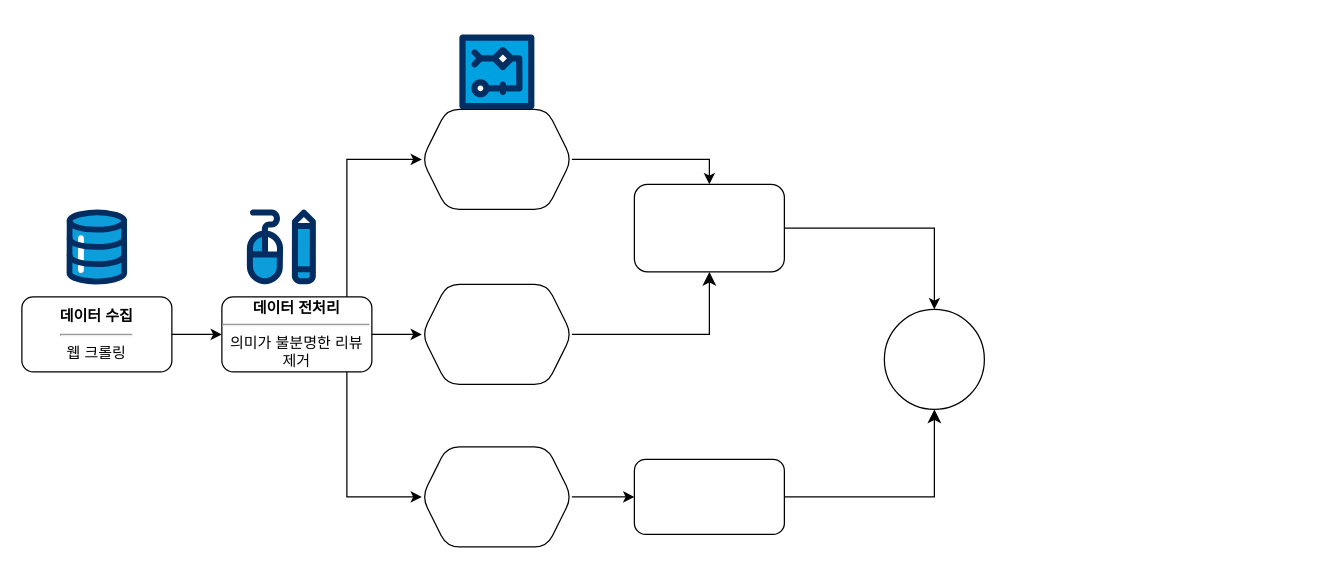
Earlier version of the draw.io diagram 제목 없는 다이어그램.drawio (kamate867/Business-Project). Source tidied: cells renumbered, new cells numbered last; positions are measured from the earlier drawing's top-left corner, leaving out a move shared by most shapes. Both pictures are drawn from the tidied source at 125%, with x=0, y=0 at pixel (21, 34).
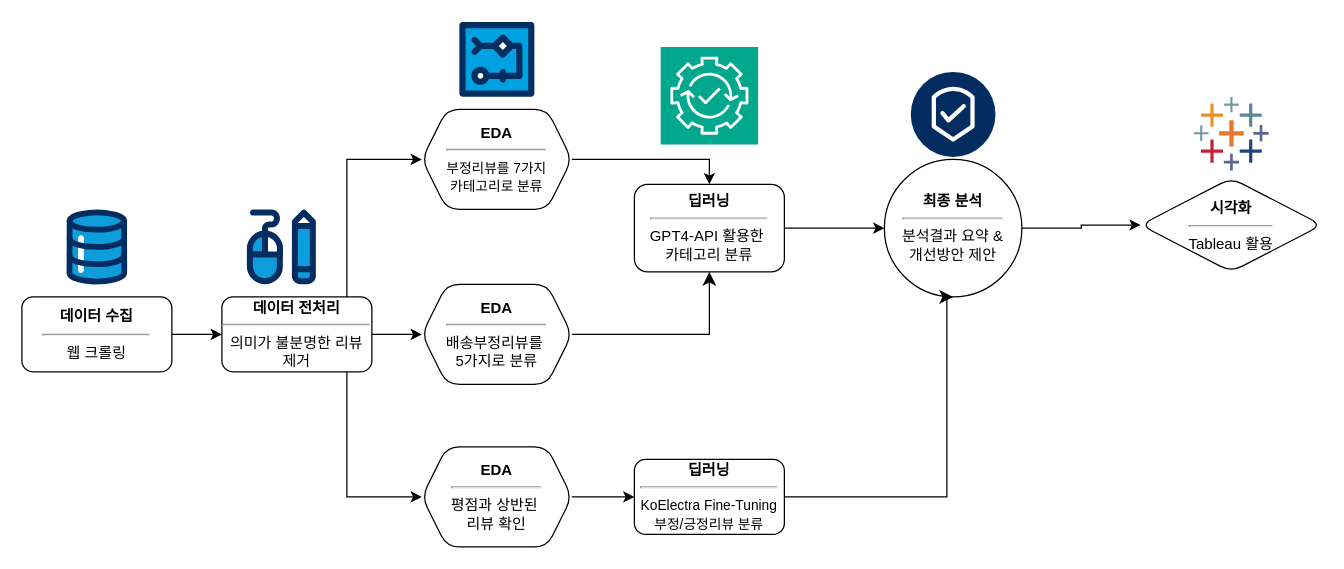
The same page after the edit.

Commit message (it also covers changes not shown here):
제목 없는 다이어그램.drawio 업데이트

Change to the diagram source:
```diff
@@
-    <mxCell id="3" value="&lt;b&gt;데이터 수집&lt;/b&gt;&lt;hr&gt;&lt;div&gt;웹 크롤링&lt;/div&gt;" style="rounded=1;whiteSpace=wrap;html=1;" parent="1" vertex="1">
+    <mxCell id="3" value="&lt;b&gt;&amp;nbsp; &amp;nbsp; 데이터 수집&amp;nbsp; &amp;nbsp;&amp;nbsp;&lt;/b&gt;&lt;hr&gt;&lt;div&gt;웹 크롤링&lt;/div&gt;" style="rounded=1;whiteSpace=wrap;html=1;" parent="1" vertex="1">
       <mxGeometry y="210" width="120" height="60" as="geometry" />
     </mxCell>
@@
-    <mxCell id="9" style="shape=hexagon;perimeter=hexagonPerimeter2;whiteSpace=wrap;html=1;fixedSize=1;rounded=1;" parent="1" vertex="1">
+    <mxCell id="9" value="&lt;div style=&quot;&quot;&gt;&lt;b&gt;EDA&lt;/b&gt;&lt;/div&gt;&lt;hr&gt;&lt;font style=&quot;font-size: 11px;&quot;&gt;부정리뷰를 7가지&lt;/font&gt;&lt;div&gt;&lt;font style=&quot;font-size: 11px;&quot;&gt;카테고리로&amp;nbsp;&lt;/font&gt;&lt;span style=&quot;font-size: 11px; background-color: transparent; color: light-dark(rgb(0, 0, 0), rgb(255, 255, 255));&quot;&gt;분류&lt;/span&gt;&lt;/div&gt;" style="shape=hexagon;perimeter=hexagonPerimeter2;whiteSpace=wrap;html=1;fixedSize=1;rounded=1;" parent="1" vertex="1">
       <mxGeometry x="320" y="60" width="120" height="80" as="geometry" />
     </mxCell>
-    <mxCell id="10" style="shape=hexagon;perimeter=hexagonPerimeter2;whiteSpace=wrap;html=1;fixedSize=1;rounded=1;direction=west;" parent="1" vertex="1">
+    <mxCell id="10" value="&lt;b&gt;EDA&lt;/b&gt;&lt;hr&gt;배송부정리뷰를&amp;nbsp;&lt;div&gt;5가지로 분류&lt;/div&gt;" style="shape=hexagon;perimeter=hexagonPerimeter2;whiteSpace=wrap;html=1;fixedSize=1;rounded=1;direction=west;" parent="1" vertex="1">
       <mxGeometry x="320" y="200" width="120" height="80" as="geometry" />
     </mxCell>
@@
-    <mxCell id="12" style="shape=hexagon;perimeter=hexagonPerimeter2;whiteSpace=wrap;html=1;fixedSize=1;rounded=1;" parent="1" vertex="1">
+    <mxCell id="12" value="&lt;b&gt;EDA&lt;/b&gt;&lt;hr&gt;평점과 상반된&amp;nbsp;&lt;div&gt;리뷰 확인&lt;/div&gt;" style="shape=hexagon;perimeter=hexagonPerimeter2;whiteSpace=wrap;html=1;fixedSize=1;rounded=1;" parent="1" vertex="1">
       <mxGeometry x="320" y="330" width="120" height="80" as="geometry" />
     </mxCell>
@@
-    <mxCell id="14" style="whiteSpace=wrap;html=1;rounded=1;" parent="1" vertex="1">
+    <mxCell id="14" value="&lt;b&gt;딥러닝&lt;/b&gt;&lt;hr&gt;GPT4-API 활용한&amp;nbsp;&lt;div&gt;카테고리 분류&lt;/div&gt;" style="whiteSpace=wrap;html=1;rounded=1;" parent="1" vertex="1">
       <mxGeometry x="490" y="120" width="120" height="70" as="geometry" />
     </mxCell>
@@
-    <mxCell id="16" style="whiteSpace=wrap;html=1;rounded=1;" parent="1" vertex="1">
+    <mxCell id="16" value="&lt;b&gt;딥러닝&lt;/b&gt;&lt;div&gt;&lt;hr&gt;&lt;font style=&quot;font-size: 11px;&quot;&gt;KoElectra Fine-Tuning&lt;/font&gt;&lt;/div&gt;&lt;div&gt;&lt;font style=&quot;font-size: 11px;&quot;&gt;부정/긍정리뷰 분류&lt;/font&gt;&lt;/div&gt;" style="whiteSpace=wrap;html=1;rounded=1;" parent="1" vertex="1">
       <mxGeometry x="490" y="340" width="120" height="60" as="geometry" />
     </mxCell>
@@
+    <mxCell id="23" style="edgeStyle=orthogonalEdgeStyle;rounded=0;jettySize=auto;html=1;" parent="1" edge="1" source="18" target="25">
+      <mxGeometry relative="1" as="geometry" />
+    </mxCell>
-    <mxCell id="18" style="ellipse;whiteSpace=wrap;html=1;rounded=1;" parent="1" vertex="1">
-      <mxGeometry x="690" y="220" width="80" height="80" as="geometry" />
+    <mxCell id="18" value="&lt;b&gt;최종 분석&lt;/b&gt;&lt;hr&gt;분석결과 요약 &amp;amp;&lt;div&gt;개선방안 제안&lt;/div&gt;" style="ellipse;whiteSpace=wrap;html=1;rounded=1;" parent="1" vertex="1">
+      <mxGeometry x="690" y="100" width="110" height="110" as="geometry" />
     </mxCell>
     <mxCell id="19" style="edgeStyle=segmentEdgeStyle;endArrow=classic;html=1;curved=0;rounded=0;endSize=8;startSize=8;entryX=0.5;entryY=1;entryDx=0;entryDy=0;" parent="1" edge="1" target="18">
       <mxGeometry relative="1" as="geometry">
         <mxPoint x="610" y="370" as="sourcePoint" />
         <Array as="points">
-          <mxPoint x="730" y="370" />
+          <mxPoint x="740" y="370" />
         </Array>
       </mxGeometry>
     </mxCell>
@@
     <mxCell id="22" style="verticalLabelPosition=bottom;html=1;shape=mxgraph.salesforce.workflow;" parent="1" vertex="1">
-      <mxGeometry x="350" width="60" height="60" as="geometry" />
+      <mxGeometry x="350" y="-10" width="60" height="60" as="geometry" />
     </mxCell>
+    <mxCell id="24" style="sketch=0;fontColor=#232F3E;fillColor=#01A88D;strokeColor=#ffffff;dashed=0;verticalLabelPosition=bottom;verticalAlign=top;align=center;html=1;fontSize=12;fontStyle=0;shape=mxgraph.aws4.resourceIcon;resIcon=mxgraph.aws4.devops_guru;" parent="1" vertex="1">
+      <mxGeometry x="511" y="10" width="78" height="78" as="geometry" />
+    </mxCell>
+    <mxCell id="25" value="&lt;b&gt;시각화&lt;/b&gt;&lt;hr&gt;Tableau 활용" style="rhombus;whiteSpace=wrap;html=1;rounded=1;" parent="1" vertex="1">
+      <mxGeometry x="895" y="115" width="145" height="75" as="geometry" />
+    </mxCell>
+    <mxCell id="26" style="verticalLabelPosition=bottom;html=1;shape=mxgraph.salesforce.analytics;" parent="1" vertex="1">
+      <mxGeometry x="937.5" y="50" width="60" height="58.8" as="geometry" />
+    </mxCell>
+    <mxCell id="27" style="verticalLabelPosition=bottom;html=1;shape=mxgraph.salesforce.privacy2;" parent="1" vertex="1">
+      <mxGeometry x="711" y="30" width="68" height="68" as="geometry" />
+    </mxCell>
```
